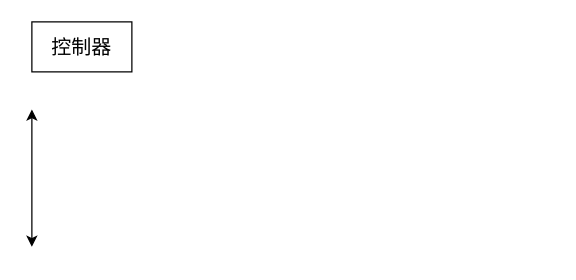
This is page "template" (1 of 2) of openflow.drawio from waterwatermelon/graph, a draw.io file, before an edit. Source tidied: cells renumbered, new cells numbered last; positions are measured from the earlier drawing's top-left corner, leaving out a move shared by most shapes. Both pictures are drawn from the tidied source at 125%, with x=0, y=0 at pixel (31, 21).
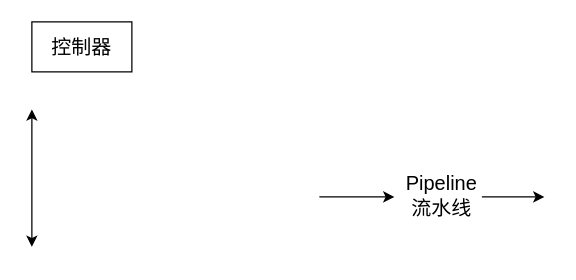
The same page after the edit.

Diff of the diagram source:
```diff
@@
 <mxGraphModel>
   <root>
     <mxCell id="0" />
     <mxCell id="1" parent="0" />
     <mxCell id="2" value="控制器" style="rounded=0;whiteSpace=wrap;html=1;fontSize=16;" parent="1" vertex="1">
       <mxGeometry width="80" height="40" as="geometry" />
     </mxCell>
     <mxCell id="3" style="endArrow=classic;startArrow=classic;html=1;fontSize=16;" parent="1" edge="1">
       <mxGeometry relative="1" as="geometry">
         <mxPoint y="180" as="sourcePoint" />
         <mxPoint y="70" as="targetPoint" />
       </mxGeometry>
     </mxCell>
+    <mxCell id="4" style="endArrow=classic;html=1;fontSize=16;" parent="1" edge="1">
+      <mxGeometry relative="1" as="geometry">
+        <mxPoint x="230" y="140" as="sourcePoint" />
+        <mxPoint x="290" y="140" as="targetPoint" />
+      </mxGeometry>
+    </mxCell>
+    <mxCell id="5" style="endArrow=classic;html=1;fontSize=16;" parent="1" edge="1">
+      <mxGeometry relative="1" as="geometry">
+        <mxPoint x="360" y="140" as="sourcePoint" />
+        <mxPoint x="410" y="140" as="targetPoint" />
+      </mxGeometry>
+    </mxCell>
+    <mxCell id="6" value="Pipeline&lt;br&gt;流水线" style="text;html=1;strokeColor=none;fillColor=none;align=center;verticalAlign=middle;whiteSpace=wrap;rounded=0;fontSize=16;" parent="1" vertex="1">
+      <mxGeometry x="308" y="129" width="40" height="20" as="geometry" />
+    </mxCell>
   </root>
 </mxGraphModel>
```
